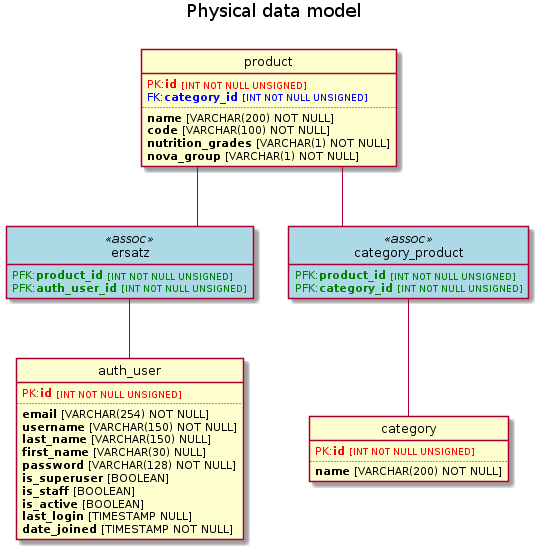
This is doc/pdm.png from freezed/ocp8, a PlantUML export, as it was before one commit.
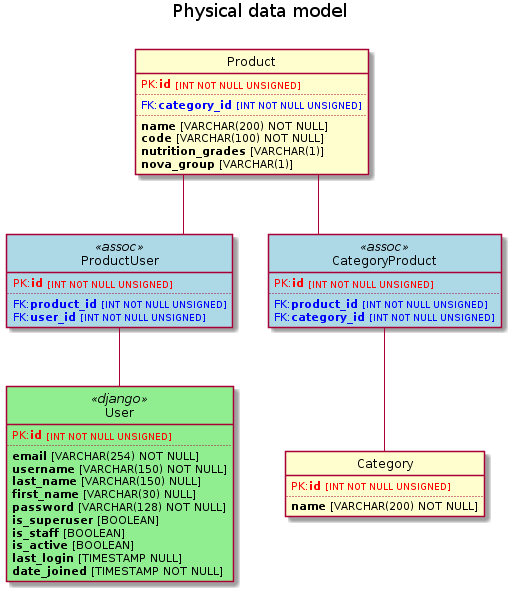
The same diagram one commit later.

Commit message:
Conform names to django standards

User table is not used actually and may evolve
Don't know how to use foreign primary keys for assoc table (is it a
common usage in django?), so I add PK for each.

What changed in the source:
```diff
@@ -6,61 +6,67 @@
 skinparam linetype ortho
 skinparam class {
     BackgroundColor<<assoc>> lightblue
+    BackgroundColor<<django>> lightgreen
 }
 
 
-class category
-class category_product <<assoc>>
-class ersatz <<assoc>>
-class product
-class auth_user
+class Category
+class CategoryProduct <<assoc>>
+class ProductUser <<assoc>>
+class Product
+class User <<django>>
 
 
-product -- category_product
-category_product -- category
-auth_user -up- ersatz
-product -- ersatz
+Product -- CategoryProduct
+CategoryProduct -- Category
+User -up- ProductUser
+Product -- ProductUser
 
 
-class category {
+class Category {
     <font color="red">PK:<b>id</b> <size:09>[INT NOT NULL UNSIGNED]</size></font>
     ..
 }
 
-class category_product {
-    <font color="green">PFK:<b>product_id</b> <size:09>[INT NOT NULL UNSIGNED]</size></font>
-    <font color="green">PFK:<b>category_id</b> <size:09>[INT NOT NULL UNSIGNED]</size></font>
+class CategoryProduct {
+    <font color="red">PK:<b>id</b> <size:09>[INT NOT NULL UNSIGNED]</size></font>
+    ..
+    <font color="blue">FK:<b>product_id</b> <size:09>[INT NOT NULL UNSIGNED]</size></font>
+    <font color="blue">FK:<b>category_id</b> <size:09>[INT NOT NULL UNSIGNED]</size></font>
 }
 
-class ersatz {
-    <font color="green">PFK:<b>product_id</b> <size:09>[INT NOT NULL UNSIGNED]</size></font>
-    <font color="green">PFK:<b>auth_user_id</b> <size:09>[INT NOT NULL UNSIGNED]</size></font>
+class ProductUser {
+    <font color="red">PK:<b>id</b> <size:09>[INT NOT NULL UNSIGNED]</size></font>
+    ..
+    <font color="blue">FK:<b>product_id</b> <size:09>[INT NOT NULL UNSIGNED]</size></font>
+    <font color="blue">FK:<b>user_id</b> <size:09>[INT NOT NULL UNSIGNED]</size></font>
 }
 
-class product {
+class Product {
     <font color="red">PK:<b>id</b> <size:09>[INT NOT NULL UNSIGNED]</size></font>
+    ..
     <font color="blue">FK:<b>category_id</b> <size:09>[INT NOT NULL UNSIGNED]</size></font>
     ..
 }
 
-class auth_user {
+class User {
     <font color="red">PK:<b>id</b> <size:09>[INT NOT NULL UNSIGNED]</size></font>
     ..
 }
 
 
-class category {
+class Category {
     {field} <b>name</b> [VARCHAR(200) NOT NULL]
 }
 
-class product {
+class Product {
     {field} <b>name</b> [VARCHAR(200) NOT NULL]
     {field} <b>code</b> [VARCHAR(100) NOT NULL]
-    {field} <b>nutrition_grades</b> [VARCHAR(1) NOT NULL]
-    {field} <b>nova_group</b> [VARCHAR(1) NOT NULL]
+    {field} <b>nutrition_grades</b> [VARCHAR(1)]
+    {field} <b>nova_group</b> [VARCHAR(1)]
 }
 
-class auth_user {
+class User {
     {field} <b>email</b> [VARCHAR(254) NOT NULL]
     {field} <b>username</b> [VARCHAR(150) NOT NULL]
     {field} <b>last_name</b> [VARCHAR(150) NULL]
```
